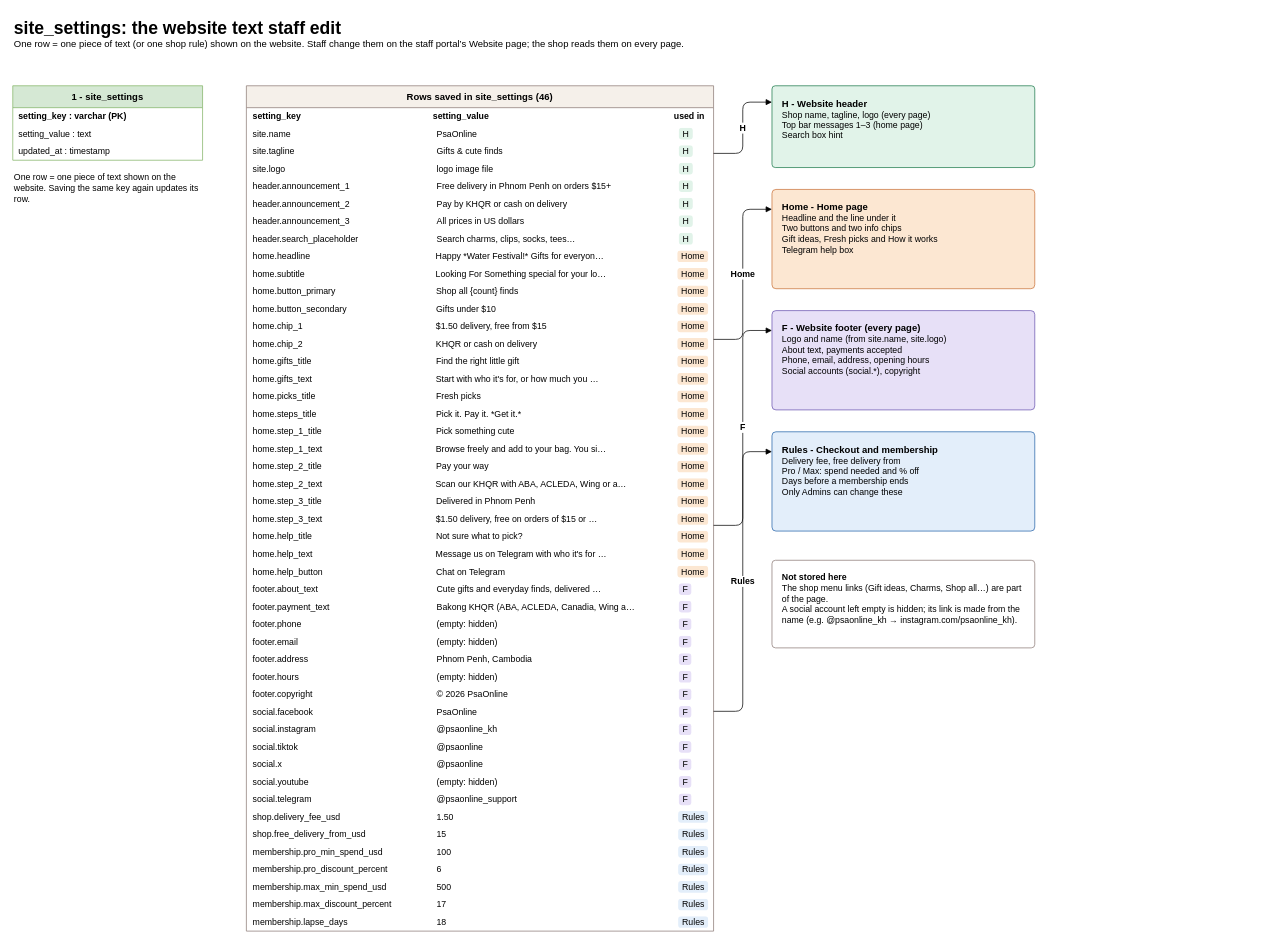
Before: page "Website settings (site_settings)" (14 of 14) of docs/PsaOnline-database-3NF.drawio in Cchheanglim/psaaccessoriesonline, a draw.io diagram. Source tidied: cells renumbered, new cells numbered last; positions are measured from the earlier drawing's top-left corner, leaving out a move shared by most shapes. Both pictures are drawn from the tidied source at 73%, with x=0, y=0 at pixel (12, 12).
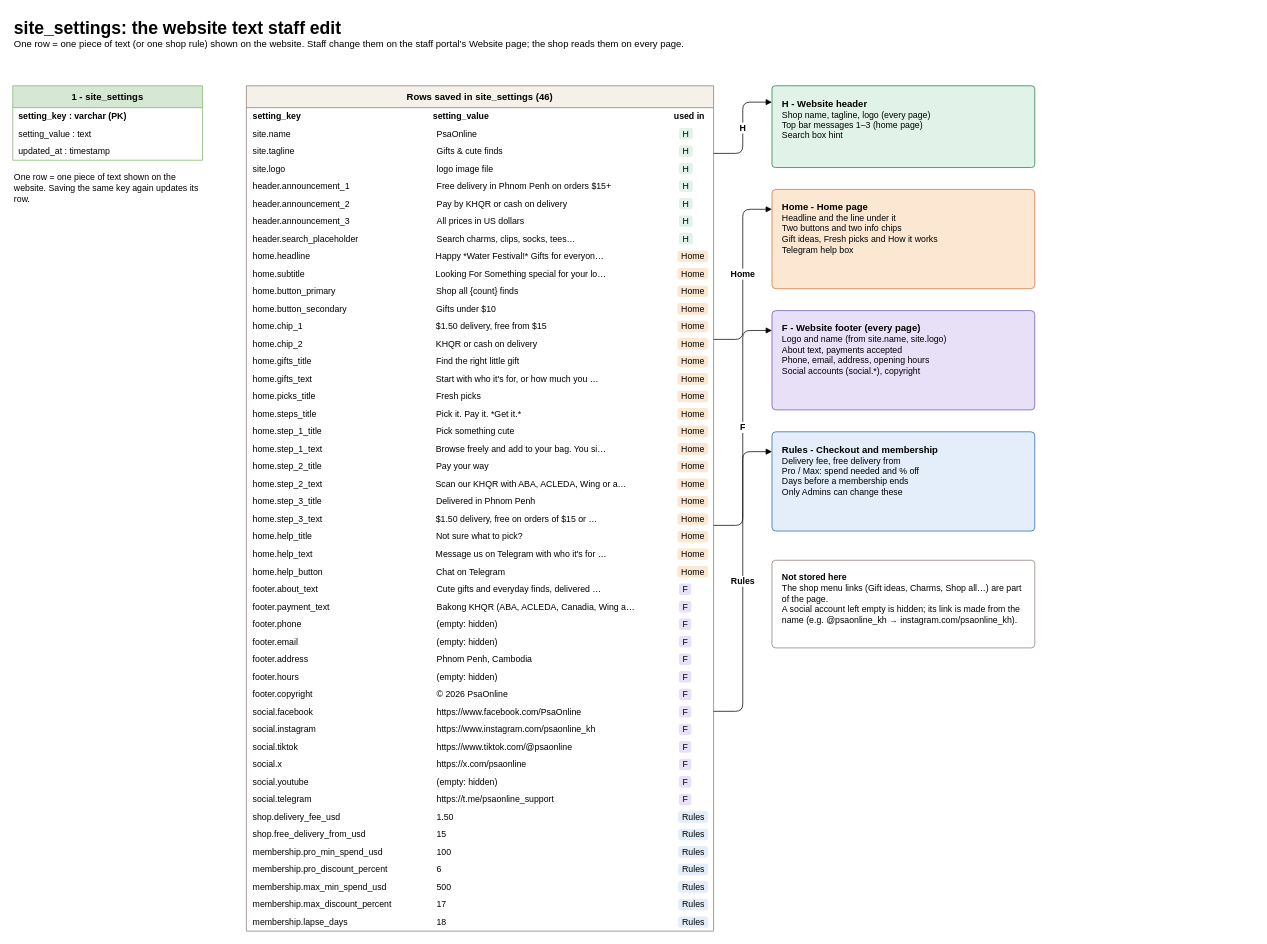
The same diagram, later.

Commit message (it also covers changes not shown here):
Refactor social media settings to store links instead of handles

Unchanged cells that the change refers to:
```xml
<mxCell id="8" value="Rows saved in site_settings (46)" style="swimlane;fontStyle=1;horizontal=1;startSize=30;whiteSpace=wrap;html=1;fontSize=13;fontColor=#000000;fillColor=#F5F0EA;strokeColor=#8C7A76;" parent="1" vertex="1">
  <mxGeometry x="320" y="100" width="640" height="1158" as="geometry" />
</mxCell>
```

Change to the diagram source:
```diff
@@
-    <mxCell id="43" value="&lt;table style=&quot;width:100%;border-collapse:collapse;font-size:12px&quot;&gt;&lt;tr&gt;&lt;td style=&quot;width:250px;&quot;&gt;social.facebook&lt;/td&gt;&lt;td style=&quot;width:330px;&quot;&gt;PsaOnline&lt;/td&gt;&lt;td style=&quot;text-align:center;&quot;&gt;&lt;span style=&quot;background:#E7E0F7;padding:1px 5px;border-radius:4px&quot;&gt;F&lt;/span&gt;&lt;/td&gt;&lt;/tr&gt;&lt;/table&gt;" style="text;strokeColor=none;fillColor=none;align=left;verticalAlign=middle;spacingLeft=6;spacingRight=6;overflow=hidden;html=1;fontSize=12;" parent="8" vertex="1">
+    <mxCell id="43" value="&lt;table style=&quot;width:100%;border-collapse:collapse;font-size:12px&quot;&gt;&lt;tr&gt;&lt;td style=&quot;width:250px;&quot;&gt;social.facebook&lt;/td&gt;&lt;td style=&quot;width:330px;&quot;&gt;https://www.facebook.com/PsaOnline&lt;/td&gt;&lt;td style=&quot;text-align:center;&quot;&gt;&lt;span style=&quot;background:#E7E0F7;padding:1px 5px;border-radius:4px&quot;&gt;F&lt;/span&gt;&lt;/td&gt;&lt;/tr&gt;&lt;/table&gt;" style="text;strokeColor=none;fillColor=none;align=left;verticalAlign=middle;spacingLeft=6;spacingRight=6;overflow=hidden;html=1;fontSize=12;" parent="8" vertex="1">
       <mxGeometry y="846" width="640" height="24" as="geometry" />
     </mxCell>
-    <mxCell id="44" value="&lt;table style=&quot;width:100%;border-collapse:collapse;font-size:12px&quot;&gt;&lt;tr&gt;&lt;td style=&quot;width:250px;&quot;&gt;social.instagram&lt;/td&gt;&lt;td style=&quot;width:330px;&quot;&gt;@psaonline_kh&lt;/td&gt;&lt;td style=&quot;text-align:center;&quot;&gt;&lt;span style=&quot;background:#E7E0F7;padding:1px 5px;border-radius:4px&quot;&gt;F&lt;/span&gt;&lt;/td&gt;&lt;/tr&gt;&lt;/table&gt;" style="text;strokeColor=none;fillColor=none;align=left;verticalAlign=middle;spacingLeft=6;spacingRight=6;overflow=hidden;html=1;fontSize=12;" parent="8" vertex="1">
+    <mxCell id="44" value="&lt;table style=&quot;width:100%;border-collapse:collapse;font-size:12px&quot;&gt;&lt;tr&gt;&lt;td style=&quot;width:250px;&quot;&gt;social.instagram&lt;/td&gt;&lt;td style=&quot;width:330px;&quot;&gt;https://www.instagram.com/psaonline_kh&lt;/td&gt;&lt;td style=&quot;text-align:center;&quot;&gt;&lt;span style=&quot;background:#E7E0F7;padding:1px 5px;border-radius:4px&quot;&gt;F&lt;/span&gt;&lt;/td&gt;&lt;/tr&gt;&lt;/table&gt;" style="text;strokeColor=none;fillColor=none;align=left;verticalAlign=middle;spacingLeft=6;spacingRight=6;overflow=hidden;html=1;fontSize=12;" parent="8" vertex="1">
       <mxGeometry y="870" width="640" height="24" as="geometry" />
     </mxCell>
-    <mxCell id="45" value="&lt;table style=&quot;width:100%;border-collapse:collapse;font-size:12px&quot;&gt;&lt;tr&gt;&lt;td style=&quot;width:250px;&quot;&gt;social.tiktok&lt;/td&gt;&lt;td style=&quot;width:330px;&quot;&gt;@psaonline&lt;/td&gt;&lt;td style=&quot;text-align:center;&quot;&gt;&lt;span style=&quot;background:#E7E0F7;padding:1px 5px;border-radius:4px&quot;&gt;F&lt;/span&gt;&lt;/td&gt;&lt;/tr&gt;&lt;/table&gt;" style="text;strokeColor=none;fillColor=none;align=left;verticalAlign=middle;spacingLeft=6;spacingRight=6;overflow=hidden;html=1;fontSize=12;" parent="8" vertex="1">
+    <mxCell id="45" value="&lt;table style=&quot;width:100%;border-collapse:collapse;font-size:12px&quot;&gt;&lt;tr&gt;&lt;td style=&quot;width:250px;&quot;&gt;social.tiktok&lt;/td&gt;&lt;td style=&quot;width:330px;&quot;&gt;https://www.tiktok.com/@psaonline&lt;/td&gt;&lt;td style=&quot;text-align:center;&quot;&gt;&lt;span style=&quot;background:#E7E0F7;padding:1px 5px;border-radius:4px&quot;&gt;F&lt;/span&gt;&lt;/td&gt;&lt;/tr&gt;&lt;/table&gt;" style="text;strokeColor=none;fillColor=none;align=left;verticalAlign=middle;spacingLeft=6;spacingRight=6;overflow=hidden;html=1;fontSize=12;" parent="8" vertex="1">
       <mxGeometry y="894" width="640" height="24" as="geometry" />
     </mxCell>
-    <mxCell id="46" value="&lt;table style=&quot;width:100%;border-collapse:collapse;font-size:12px&quot;&gt;&lt;tr&gt;&lt;td style=&quot;width:250px;&quot;&gt;social.x&lt;/td&gt;&lt;td style=&quot;width:330px;&quot;&gt;@psaonline&lt;/td&gt;&lt;td style=&quot;text-align:center;&quot;&gt;&lt;span style=&quot;background:#E7E0F7;padding:1px 5px;border-radius:4px&quot;&gt;F&lt;/span&gt;&lt;/td&gt;&lt;/tr&gt;&lt;/table&gt;" style="text;strokeColor=none;fillColor=none;align=left;verticalAlign=middle;spacingLeft=6;spacingRight=6;overflow=hidden;html=1;fontSize=12;" parent="8" vertex="1">
+    <mxCell id="46" value="&lt;table style=&quot;width:100%;border-collapse:collapse;font-size:12px&quot;&gt;&lt;tr&gt;&lt;td style=&quot;width:250px;&quot;&gt;social.x&lt;/td&gt;&lt;td style=&quot;width:330px;&quot;&gt;https://x.com/psaonline&lt;/td&gt;&lt;td style=&quot;text-align:center;&quot;&gt;&lt;span style=&quot;background:#E7E0F7;padding:1px 5px;border-radius:4px&quot;&gt;F&lt;/span&gt;&lt;/td&gt;&lt;/tr&gt;&lt;/table&gt;" style="text;strokeColor=none;fillColor=none;align=left;verticalAlign=middle;spacingLeft=6;spacingRight=6;overflow=hidden;html=1;fontSize=12;" parent="8" vertex="1">
       <mxGeometry y="918" width="640" height="24" as="geometry" />
     </mxCell>
@@
-    <mxCell id="48" value="&lt;table style=&quot;width:100%;border-collapse:collapse;font-size:12px&quot;&gt;&lt;tr&gt;&lt;td style=&quot;width:250px;&quot;&gt;social.telegram&lt;/td&gt;&lt;td style=&quot;width:330px;&quot;&gt;@psaonline_support&lt;/td&gt;&lt;td style=&quot;text-align:center;&quot;&gt;&lt;span style=&quot;background:#E7E0F7;padding:1px 5px;border-radius:4px&quot;&gt;F&lt;/span&gt;&lt;/td&gt;&lt;/tr&gt;&lt;/table&gt;" style="text;strokeColor=none;fillColor=none;align=left;verticalAlign=middle;spacingLeft=6;spacingRight=6;overflow=hidden;html=1;fontSize=12;" parent="8" vertex="1">
+    <mxCell id="48" value="&lt;table style=&quot;width:100%;border-collapse:collapse;font-size:12px&quot;&gt;&lt;tr&gt;&lt;td style=&quot;width:250px;&quot;&gt;social.telegram&lt;/td&gt;&lt;td style=&quot;width:330px;&quot;&gt;https://t.me/psaonline_support&lt;/td&gt;&lt;td style=&quot;text-align:center;&quot;&gt;&lt;span style=&quot;background:#E7E0F7;padding:1px 5px;border-radius:4px&quot;&gt;F&lt;/span&gt;&lt;/td&gt;&lt;/tr&gt;&lt;/table&gt;" style="text;strokeColor=none;fillColor=none;align=left;verticalAlign=middle;spacingLeft=6;spacingRight=6;overflow=hidden;html=1;fontSize=12;" parent="8" vertex="1">
       <mxGeometry y="966" width="640" height="24" as="geometry" />
     </mxCell>
```
